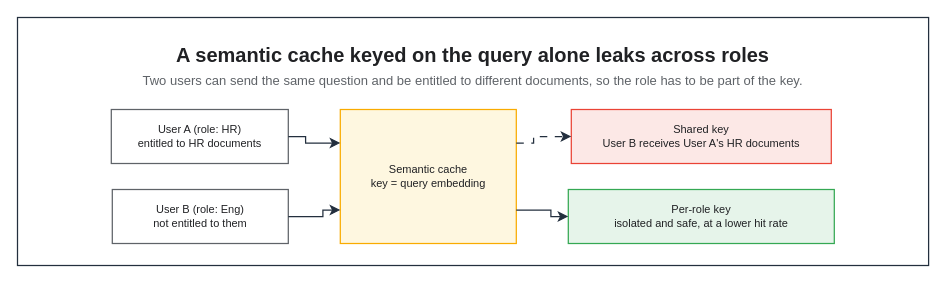
Above: assets/img/ai/rag-05-cache-conflict.drawio in KKamJi98/kkamji98.github.io (draw.io), before the change. Source tidied: cells renumbered, new cells numbered last; positions are measured from the earlier drawing's top-left corner, leaving out a move shared by most shapes. Both pictures are drawn from the tidied source at 100%, with x=0, y=0 at pixel (17, 17).
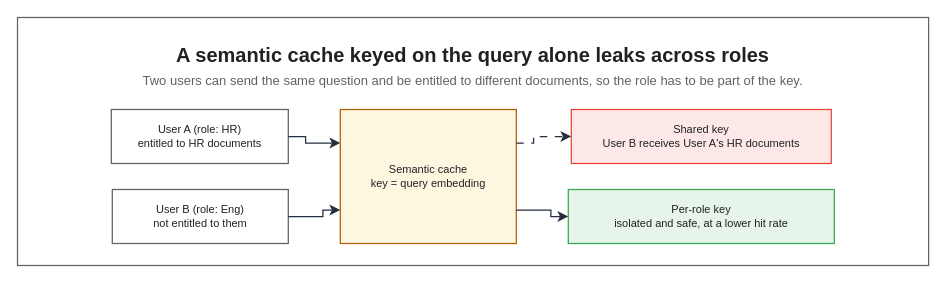
Above is the later version.

The edit, as a diff of the source:
```diff
@@
-    <mxCell id="2" style="rounded=0;html=0;fillColor=none;strokeColor=#232F3E;fontColor=#202124;strokeWidth=1.25;" parent="1" vertex="1">
+    <mxCell id="2" style="rounded=0;html=0;fillColor=none;strokeColor=#5F6368;fontColor=#202124;strokeWidth=1.25;" parent="1" vertex="1">
       <mxGeometry width="911.1" height="248" as="geometry" />
     </mxCell>
@@
-    <mxCell id="7" value="Semantic cache&#10;key = query embedding" style="rounded=0;whiteSpace=wrap;html=0;fillColor=#FEF7E0;strokeColor=#F9AB00;fontColor=#202124;fontSize=11;fontStyle=0;align=center;verticalAlign=middle;spacingLeft=6;spacingRight=6;strokeWidth=1.25;" parent="1" vertex="1">
+    <mxCell id="7" value="Semantic cache&#10;key = query embedding" style="rounded=0;whiteSpace=wrap;html=0;fillColor=#FEF7E0;strokeColor=#B06000;fontColor=#202124;fontSize=11;fontStyle=0;align=center;verticalAlign=middle;spacingLeft=6;spacingRight=6;strokeWidth=1.25;" parent="1" vertex="1">
       <mxGeometry x="322.8" y="92" width="176" height="134" as="geometry" />
     </mxCell>
```
